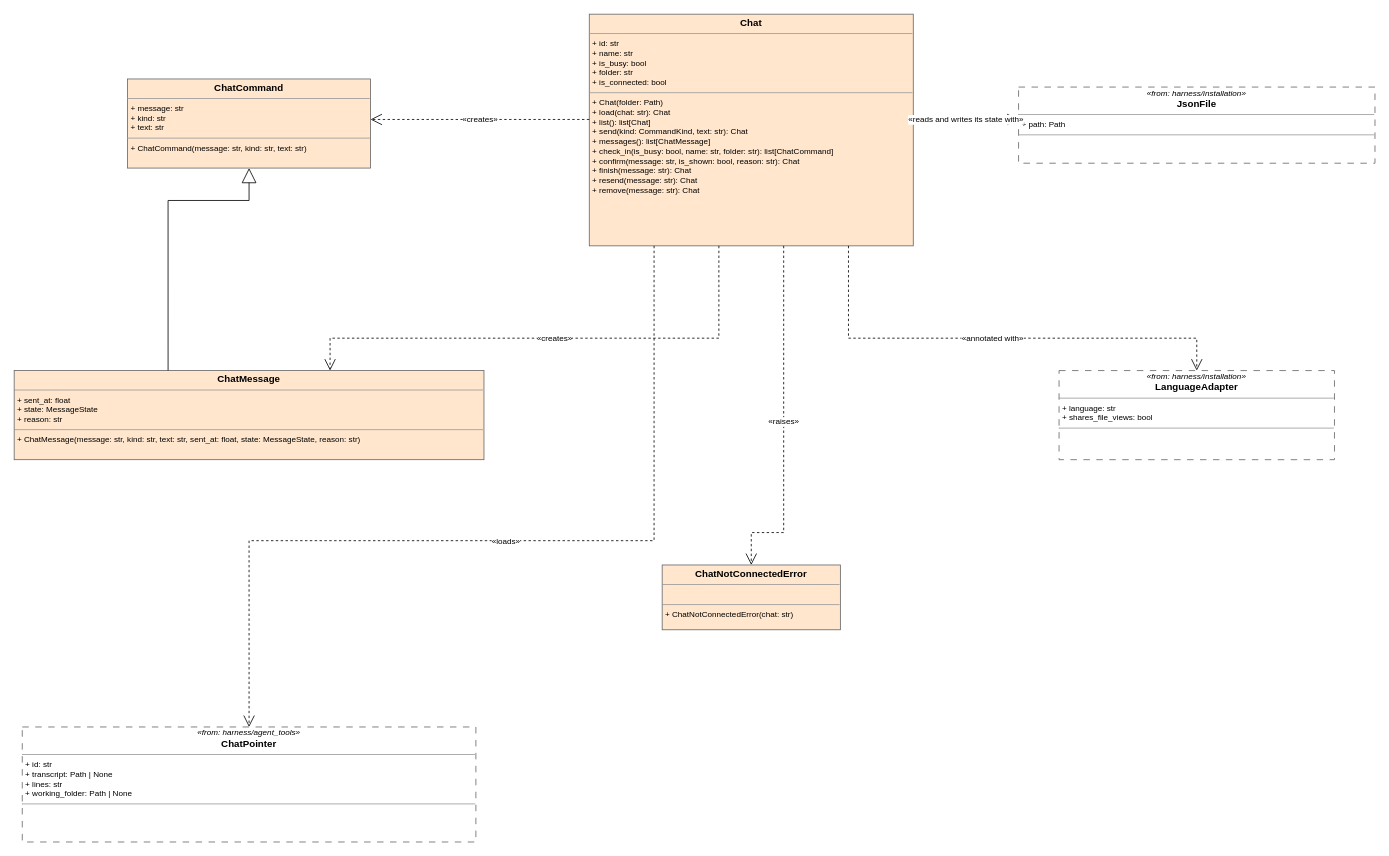
The draw.io diagram page "harness/chat" (12 of 30) of .context/model/repo-model2.drawio in abd-works/abd-context-driven-delivery, before the edit. Source tidied: cells renumbered, new cells numbered last; positions are measured from the earlier drawing's top-left corner, leaving out a move shared by most shapes. Both pictures are drawn from the tidied source at 81%, with x=0, y=0 at pixel (14, 14).
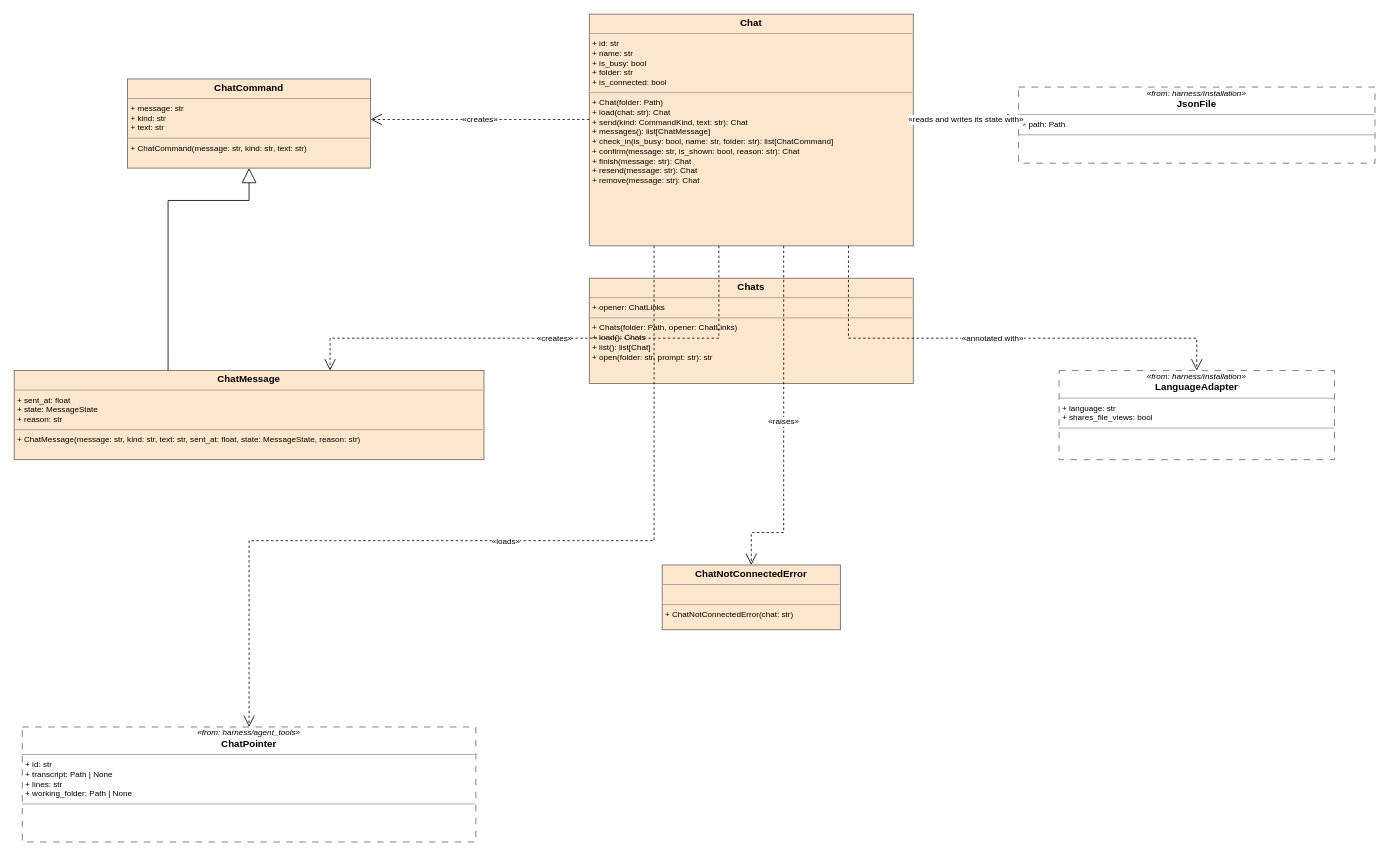
Above is the later version.

Change to the diagram source:
```diff
@@
+    <mxCell id="16" value="&lt;p style=&quot;margin:0px;margin-top:4px;text-align:center;&quot;&gt;&lt;b&gt;Chats&lt;/b&gt;&lt;/p&gt;&lt;hr size=&quot;1&quot;/&gt;&lt;p style=&quot;margin:0px;margin-left:4px;font-size:10px;&quot;&gt;+ opener: ChatLinks&lt;br/&gt;&lt;/p&gt;&lt;hr size=&quot;1&quot;/&gt;&lt;p style=&quot;margin:0px;margin-left:4px;font-size:10px;&quot;&gt;+ Chats(folder: Path, opener: ChatLinks)&lt;br/&gt;+ load(): Chats&lt;br/&gt;+ list(): list[Chat]&lt;br/&gt;+ open(folder: str, prompt: str): str&lt;br/&gt;&lt;/p&gt;" style="verticalAlign=top;align=left;overflow=fill;fontSize=12;fontFamily=Helvetica;html=1;whiteSpace=wrap;fillColor=#ffe6cc;strokeColor=#666666;module=harness/chat;" parent="1" vertex="1">
+      <mxGeometry x="710" y="326" width="400" height="130" as="geometry" />
+    </mxCell>
-    <mxCell id="5" value="&lt;p style=&quot;margin:0px;margin-top:4px;text-align:center;&quot;&gt;&lt;b&gt;Chat&lt;/b&gt;&lt;/p&gt;&lt;hr size=&quot;1&quot;/&gt;&lt;p style=&quot;margin:0px;margin-left:4px;font-size:10px;&quot;&gt;+ id: str&lt;br/&gt;+ name: str&lt;br/&gt;+ is_busy: bool&lt;br/&gt;+ folder: str&lt;br/&gt;+ is_connected: bool&lt;br/&gt;&lt;/p&gt;&lt;hr size=&quot;1&quot;/&gt;&lt;p style=&quot;margin:0px;margin-left:4px;font-size:10px;&quot;&gt;+ Chat(folder: Path)&lt;br/&gt;+ load(chat: str): Chat&lt;br/&gt;+ list(): list[Chat]&lt;br/&gt;+ send(kind: CommandKind, text: str): Chat&lt;br/&gt;+ messages(): list[ChatMessage]&lt;br/&gt;+ check_in(is_busy: bool, name: str, folder: str): list[ChatCommand]&lt;br/&gt;+ confirm(message: str, is_shown: bool, reason: str): Chat&lt;br/&gt;+ finish(message: str): Chat&lt;br/&gt;+ resend(message: str): Chat&lt;br/&gt;+ remove(message: str): Chat&lt;br/&gt;&lt;/p&gt;" style="verticalAlign=top;align=left;overflow=fill;fontSize=12;fontFamily=Helvetica;html=1;whiteSpace=wrap;fillColor=#ffe6cc;strokeColor=#666666;module=harness/chat;" parent="1" vertex="1">
+    <mxCell id="5" value="&lt;p style=&quot;margin:0px;margin-top:4px;text-align:center;&quot;&gt;&lt;b&gt;Chat&lt;/b&gt;&lt;/p&gt;&lt;hr size=&quot;1&quot;/&gt;&lt;p style=&quot;margin:0px;margin-left:4px;font-size:10px;&quot;&gt;+ id: str&lt;br/&gt;+ name: str&lt;br/&gt;+ is_busy: bool&lt;br/&gt;+ folder: str&lt;br/&gt;+ is_connected: bool&lt;br/&gt;&lt;/p&gt;&lt;hr size=&quot;1&quot;/&gt;&lt;p style=&quot;margin:0px;margin-left:4px;font-size:10px;&quot;&gt;+ Chat(folder: Path)&lt;br/&gt;+ load(chat: str): Chat&lt;br/&gt;+ send(kind: CommandKind, text: str): Chat&lt;br/&gt;+ messages(): list[ChatMessage]&lt;br/&gt;+ check_in(is_busy: bool, name: str, folder: str): list[ChatCommand]&lt;br/&gt;+ confirm(message: str, is_shown: bool, reason: str): Chat&lt;br/&gt;+ finish(message: str): Chat&lt;br/&gt;+ resend(message: str): Chat&lt;br/&gt;+ remove(message: str): Chat&lt;br/&gt;&lt;/p&gt;" style="verticalAlign=top;align=left;overflow=fill;fontSize=12;fontFamily=Helvetica;html=1;whiteSpace=wrap;fillColor=#ffe6cc;strokeColor=#666666;module=harness/chat;" parent="1" vertex="1">
       <mxGeometry x="710" width="400" height="286" as="geometry" />
     </mxCell>
```
